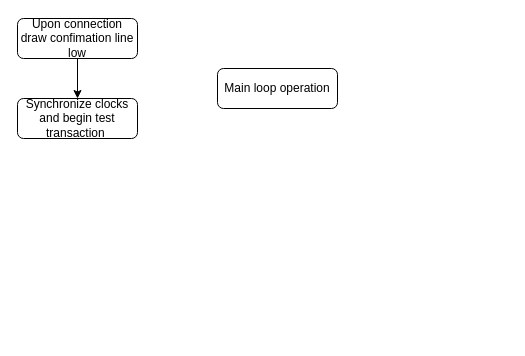
The draw.io diagram test.dio in Kyle-912/HDL, before the edit. Source tidied: cells renumbered, new cells numbered last; positions are measured from the earlier drawing's top-left corner, leaving out a move shared by most shapes. Both pictures are drawn from the tidied source at 100%, with x=0, y=0 at pixel (17, 18).
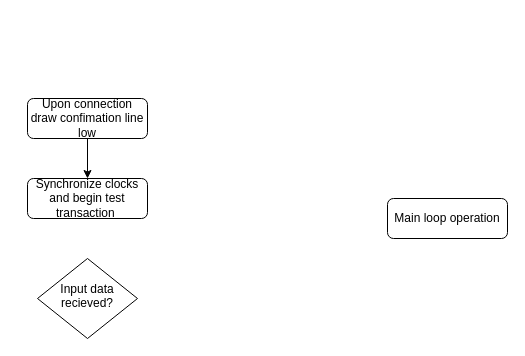
Above is the later version.

What changed in the source:
```diff
@@
 <mxGraphModel>
   <root>
     <mxCell id="0" />
     <mxCell id="1" parent="0" />
-    <mxCell id="2" style="edgeStyle=none;html=1;exitX=0.5;exitY=1;exitDx=0;exitDy=0;entryX=0.5;entryY=0;entryDx=0;entryDy=0;fontSize=11;" parent="1" edge="1" source="3" target="4">
-      <mxGeometry relative="1" as="geometry" />
-    </mxCell>
-    <mxCell id="3" value="Upon connection draw confimation line low" style="rounded=1;whiteSpace=wrap;html=1;fontSize=12;glass=0;strokeWidth=1;shadow=0;" parent="1" vertex="1">
-      <mxGeometry width="120" height="40" as="geometry" />
+    <mxCell id="3" value="Main loop operation" style="rounded=1;whiteSpace=wrap;html=1;fontSize=12;glass=0;strokeWidth=1;shadow=0;" parent="1" vertex="1">
+      <mxGeometry x="370" y="180" width="120" height="40" as="geometry" />
     </mxCell>
+    <mxCell id="6" style="edgeStyle=none;html=1;exitX=0.5;exitY=1;exitDx=0;exitDy=0;entryX=0.5;entryY=0;entryDx=0;entryDy=0;fontSize=11;" parent="1" edge="1" source="7" target="4">
+      <mxGeometry relative="1" as="geometry" />
+    </mxCell>
+    <mxCell id="7" value="Upon connection draw confimation line low" style="rounded=1;whiteSpace=wrap;html=1;fontSize=12;glass=0;strokeWidth=1;shadow=0;" parent="1" vertex="1">
+      <mxGeometry x="10" y="80" width="120" height="40" as="geometry" />
+    </mxCell>
     <mxCell id="4" value="Synchronize clocks and begin test transaction&amp;nbsp;" style="rounded=1;whiteSpace=wrap;html=1;fontSize=12;glass=0;strokeWidth=1;shadow=0;" parent="1" vertex="1">
-      <mxGeometry y="80" width="120" height="40" as="geometry" />
+      <mxGeometry x="10" y="160" width="120" height="40" as="geometry" />
     </mxCell>
-    <mxCell id="5" value="Main loop operation" style="rounded=1;whiteSpace=wrap;html=1;fontSize=12;glass=0;strokeWidth=1;shadow=0;" parent="1" vertex="1">
-      <mxGeometry x="200" y="50" width="120" height="40" as="geometry" />
-    </mxCell>
+    <mxCell id="8" value="&lt;p style=&quot;line-height: 110%;&quot;&gt;Input data recieved?&lt;/p&gt;" style="rhombus;whiteSpace=wrap;html=1;shadow=0;fontFamily=Helvetica;fontSize=12;align=center;strokeWidth=1;spacing=6;spacingTop=-4;" parent="1" vertex="1">
+      <mxGeometry x="20" y="240" width="100" height="80" as="geometry" />
+    </mxCell>
   </root>
 </mxGraphModel>
```
